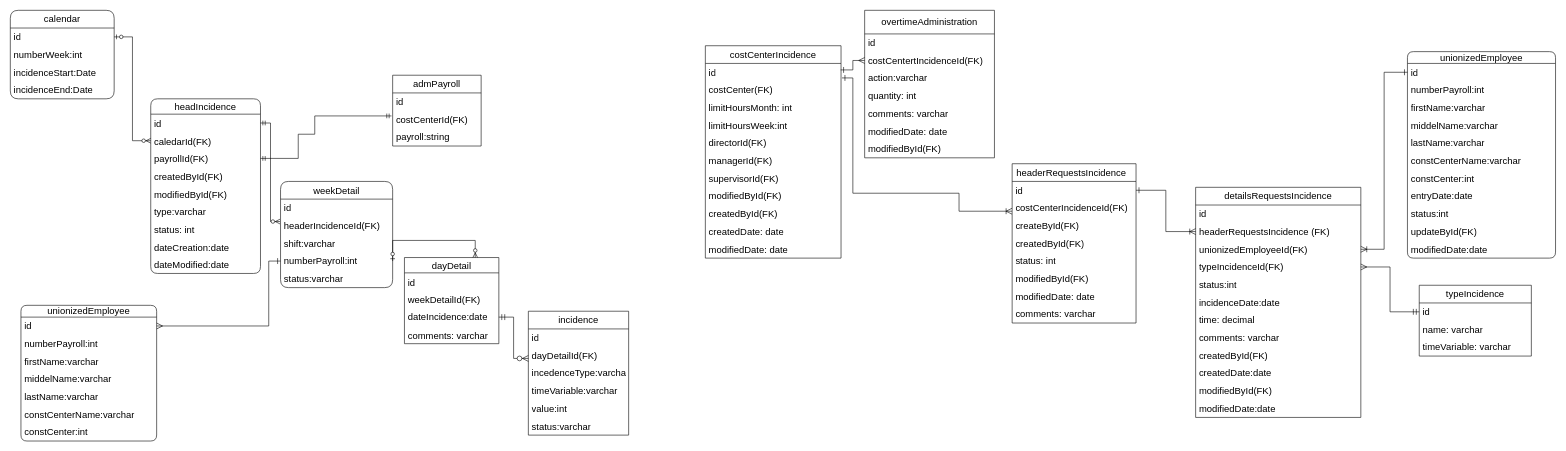
Above: page "Page-RelationalDiagram" (1 of 2) of Untitled Diagram.drawio in SocorroGC30/prueba3 (draw.io), before the change. Source tidied: cells renumbered, new cells numbered last; positions are measured from the earlier drawing's top-left corner, leaving out a move shared by most shapes. Both pictures are drawn from the tidied source at 59%, with x=0, y=0 at pixel (10, 10).
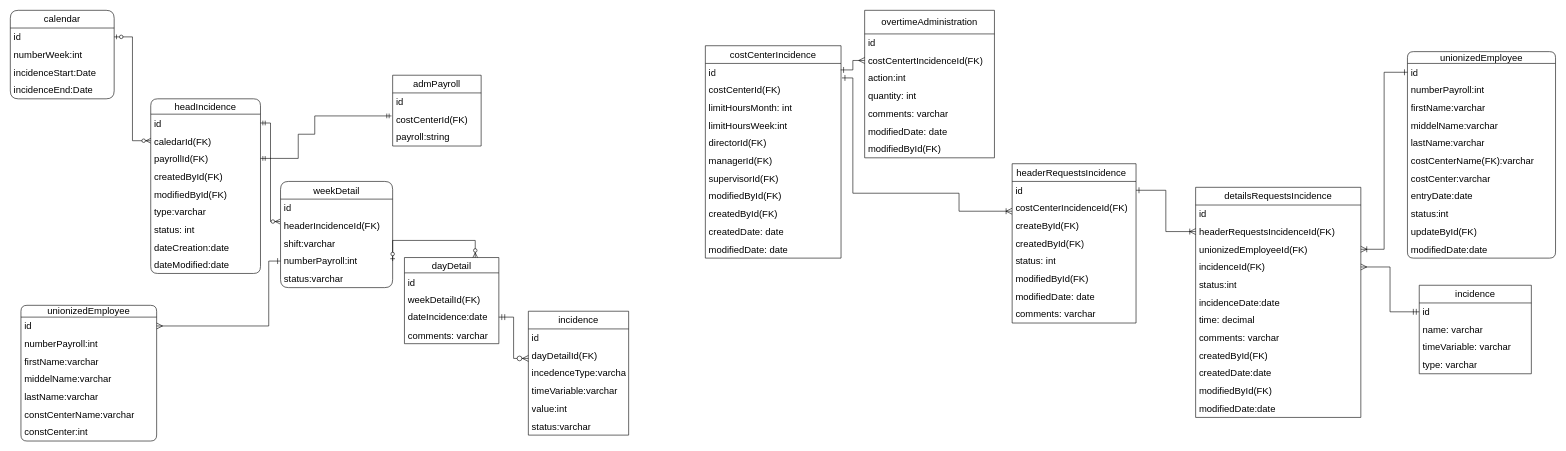
The same diagram, later.

The change refers to these unchanged cells:
```xml
<mxCell id="53" value="costCenterIncidence" style="swimlane;fontStyle=0;horizontal=1;startSize=30;whiteSpace=wrap;html=1;fontSize=16;" parent="1" vertex="1">
  <mxGeometry x="1178" y="60" width="230" height="360" as="geometry" />
</mxCell>
<mxCell id="65" value="overtimeAdministration" style="swimlane;fontStyle=0;horizontal=1;startSize=40;whiteSpace=wrap;html=1;fontSize=16;" parent="1" vertex="1">
  <mxGeometry x="1448" width="220" height="250" as="geometry" />
</mxCell>
<mxCell id="75" value="detailsRequestsIncidence" style="swimlane;fontStyle=0;horizontal=1;startSize=30;whiteSpace=wrap;html=1;fontSize=16;" parent="1" vertex="1">
  <mxGeometry x="2009" y="300" width="280" height="390" as="geometry" />
</mxCell>
<mxCell id="88" value="unionizedEmployee" style="swimlane;fontStyle=0;horizontal=1;startSize=20;whiteSpace=wrap;html=1;rounded=1;arcSize=17;fontSize=16;" parent="1" vertex="1">
  <mxGeometry x="2368" y="70" width="251" height="350" as="geometry" />
</mxCell>
```

What changed in the source:
```diff
@@
-    <mxCell id="55" value="costCenter(FK)" style="text;strokeColor=none;fillColor=none;align=left;verticalAlign=middle;spacingLeft=4;spacingRight=4;overflow=hidden;whiteSpace=wrap;html=1;fontSize=16;" parent="53" vertex="1">
+    <mxCell id="55" value="costCenterId(FK)" style="text;strokeColor=none;fillColor=none;align=left;verticalAlign=middle;spacingLeft=4;spacingRight=4;overflow=hidden;whiteSpace=wrap;html=1;fontSize=16;" parent="53" vertex="1">
       <mxGeometry y="60" width="230" height="30" as="geometry" />
     </mxCell>
@@
-    <mxCell id="68" value="action:varchar" style="text;strokeColor=none;fillColor=none;align=left;verticalAlign=middle;spacingLeft=4;spacingRight=4;overflow=hidden;whiteSpace=wrap;html=1;fontSize=16;" parent="65" vertex="1">
+    <mxCell id="68" value="action:int" style="text;strokeColor=none;fillColor=none;align=left;verticalAlign=middle;spacingLeft=4;spacingRight=4;overflow=hidden;whiteSpace=wrap;html=1;fontSize=16;" parent="65" vertex="1">
       <mxGeometry y="100" width="220" height="30" as="geometry" />
     </mxCell>
@@
-    <mxCell id="77" value="headerRequestsIncidence (FK)&amp;nbsp;&amp;nbsp;" style="text;strokeColor=none;fillColor=none;align=left;verticalAlign=middle;spacingLeft=4;spacingRight=4;overflow=hidden;points=[[0,0.5],[1,0.5]];portConstraint=eastwest;whiteSpace=wrap;html=1;fontSize=16;" parent="75" vertex="1">
+    <mxCell id="77" value="headerRequestsIncidenceId(FK)&amp;nbsp;&amp;nbsp;" style="text;strokeColor=none;fillColor=none;align=left;verticalAlign=middle;spacingLeft=4;spacingRight=4;overflow=hidden;points=[[0,0.5],[1,0.5]];portConstraint=eastwest;whiteSpace=wrap;html=1;fontSize=16;" parent="75" vertex="1">
       <mxGeometry y="60" width="280" height="30" as="geometry" />
     </mxCell>
@@
-    <mxCell id="79" value="typeIncidenceId(FK)" style="text;strokeColor=none;fillColor=none;align=left;verticalAlign=middle;spacingLeft=4;spacingRight=4;overflow=hidden;points=[[0,0.5],[1,0.5]];portConstraint=eastwest;whiteSpace=wrap;html=1;fontSize=16;" parent="75" vertex="1">
+    <mxCell id="79" value="incidenceId(FK)" style="text;strokeColor=none;fillColor=none;align=left;verticalAlign=middle;spacingLeft=4;spacingRight=4;overflow=hidden;points=[[0,0.5],[1,0.5]];portConstraint=eastwest;whiteSpace=wrap;html=1;fontSize=16;" parent="75" vertex="1">
       <mxGeometry y="120" width="280" height="30" as="geometry" />
     </mxCell>
@@
-    <mxCell id="94" value="constCenterName:varchar" style="text;strokeColor=none;fillColor=none;align=left;verticalAlign=middle;spacingLeft=4;spacingRight=4;overflow=hidden;whiteSpace=wrap;html=1;fontSize=16;" parent="88" vertex="1">
+    <mxCell id="94" value="costCenterName(FK):varchar" style="text;strokeColor=none;fillColor=none;align=left;verticalAlign=middle;spacingLeft=4;spacingRight=4;overflow=hidden;whiteSpace=wrap;html=1;fontSize=16;" parent="88" vertex="1">
       <mxGeometry y="170" width="251" height="30" as="geometry" />
     </mxCell>
-    <mxCell id="95" value="constCenter:int" style="text;strokeColor=none;fillColor=none;align=left;verticalAlign=middle;spacingLeft=4;spacingRight=4;overflow=hidden;whiteSpace=wrap;html=1;fontSize=16;" parent="88" vertex="1">
+    <mxCell id="95" value="costCenter:varchar" style="text;strokeColor=none;fillColor=none;align=left;verticalAlign=middle;spacingLeft=4;spacingRight=4;overflow=hidden;whiteSpace=wrap;html=1;fontSize=16;" parent="88" vertex="1">
       <mxGeometry y="200" width="251" height="30" as="geometry" />
     </mxCell>
@@
-    <mxCell id="102" value="typeIncidence" style="swimlane;fontStyle=0;horizontal=1;startSize=30;whiteSpace=wrap;html=1;fontSize=16;" parent="1" vertex="1">
-      <mxGeometry x="2388" y="466" width="190" height="120" as="geometry" />
+    <mxCell id="102" value="incidence" style="swimlane;fontStyle=0;horizontal=1;startSize=30;whiteSpace=wrap;html=1;fontSize=16;" parent="1" vertex="1">
+      <mxGeometry x="2388" y="466" width="190" height="150" as="geometry" />
     </mxCell>
@@
+    <mxCell id="116" value="type: varchar" style="text;strokeColor=none;fillColor=none;align=left;verticalAlign=middle;spacingLeft=4;spacingRight=4;overflow=hidden;whiteSpace=wrap;html=1;fontSize=16;" parent="102" vertex="1">
+      <mxGeometry y="120" width="190" height="30" as="geometry" />
+    </mxCell>
```
